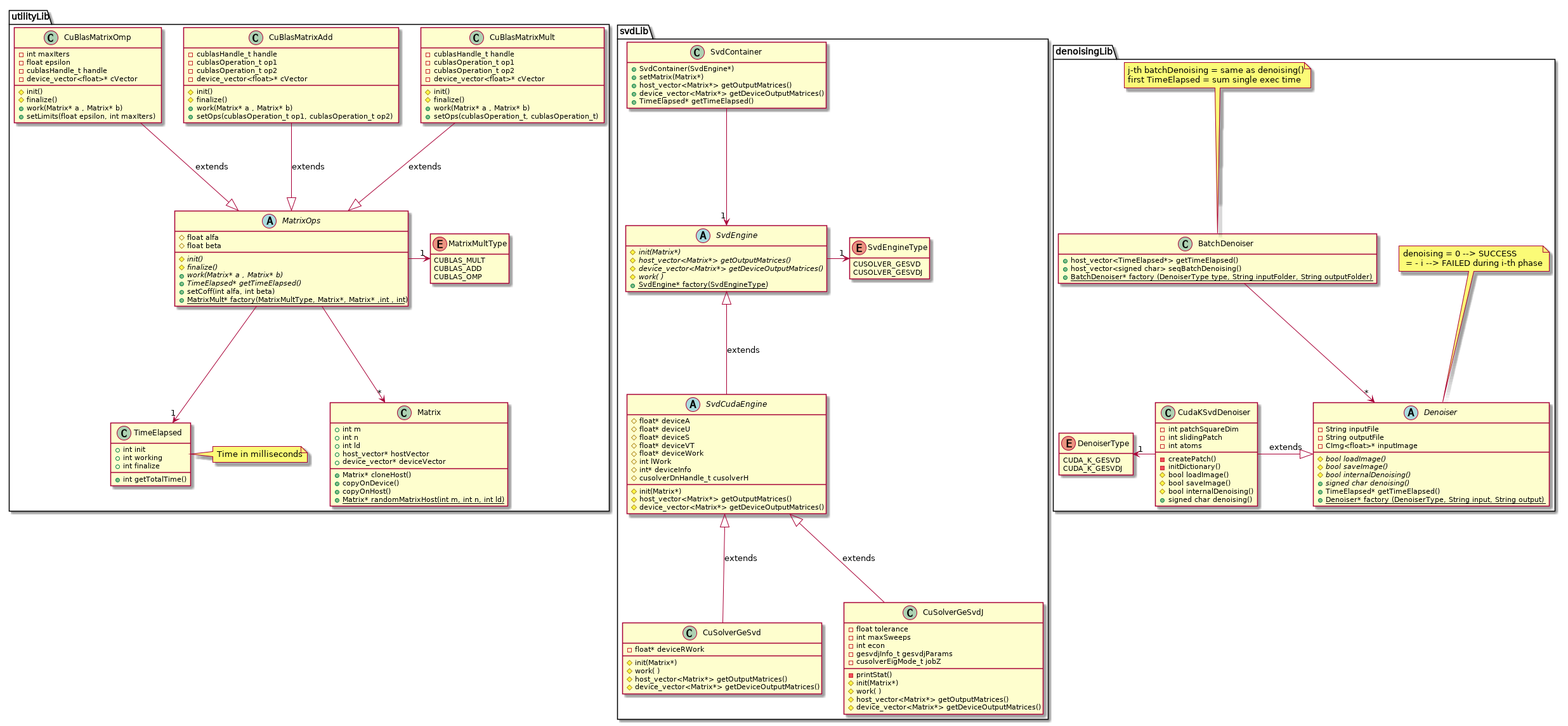
Earlier version of the PlantUML export uml/out/classDiagram/diagrammaSVD.png (newfla/CUDA-K-SVD-Denoising).
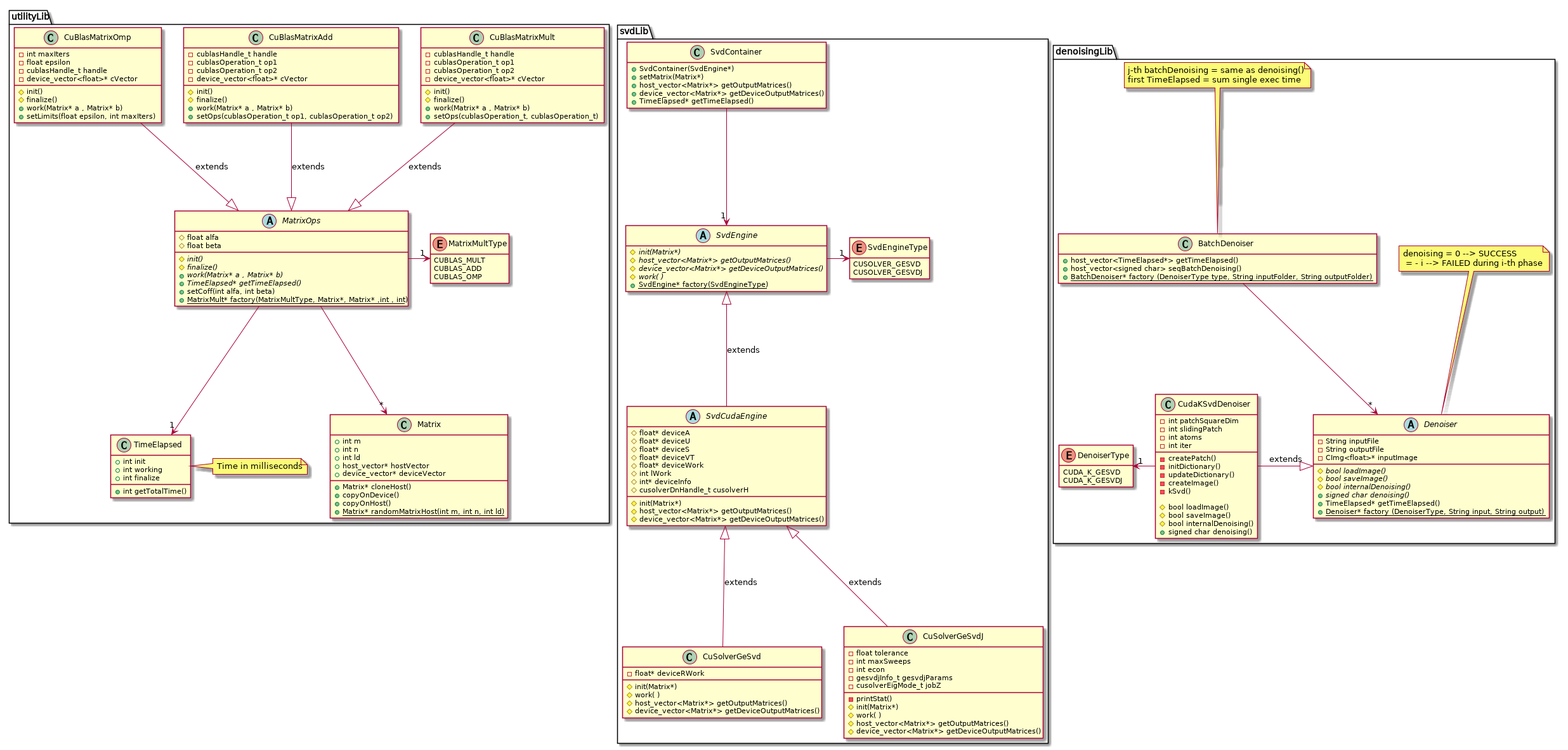
The same file after the commit.

The edit, as a diff of the source:
```diff
@@ -196,9 +196,15 @@
         - int patchSquareDim
         - int slidingPatch
         - int atoms
+        - int iter
+
 
         - createPatch()
         - initDictionary()
+        - updateDictionary()
+        - createImage()
+        - kSvd()
+
         # bool loadImage()
         # bool saveImage()
         # bool internalDenoising()
```
